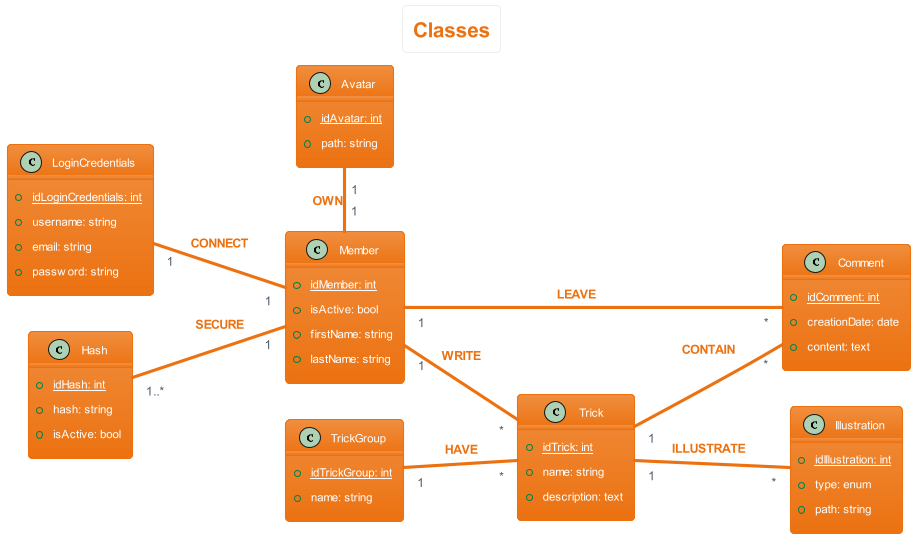
Above: diagrammes/class/classes.png in sebastien-d-me/SnowTricks (PlantUML), before the change.
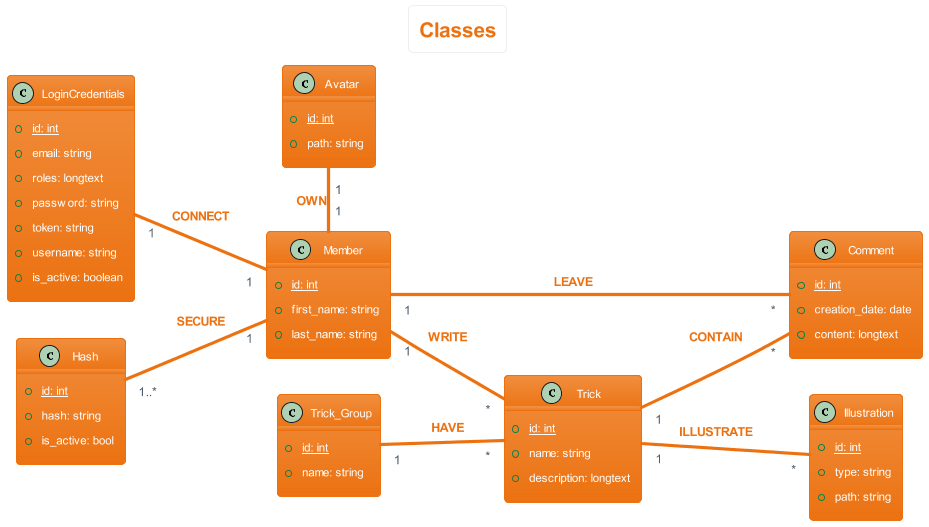
Above is the later version.

The edit, as a diff of the source:
```diff
@@ -8,50 +8,52 @@
 title Classes
 
 class Comment {
-    {static} +idComment: int
-    +creationDate: date
-    +content: text
+    {static} +id: int
+    +creation_date: date
+    +content: longtext
 }
 
-class TrickGroup {
-    {static} +idTrickGroup: int
+class Trick_Group {
+    {static} +id: int
     +name: string
 }
 
 class Member {
-    {static} +idMember: int
-    +isActive: bool
-    +firstName: string
-    +lastName: string
+    {static} +id: int
+    +first_name: string
+    +last_name: string
 }
 
 class LoginCredentials {
-    {static} +idLoginCredentials: int
+    {static} +id: int
+    +email: string
+    +roles: longtext
+    +password: string
+    +token: string
     +username: string
-    +email: string
-    +password: string
+    +is_active: boolean
 }
 
 class Trick {
-    {static} +idTrick: int
+    {static} +id: int
     +name: string
-    +description: text
+    +description: longtext
 }
 
 class Hash {
-    {static} +idHash: int
+    {static} +id: int
     +hash: string
-    +isActive: bool
+    +is_active: bool
 }
 
 class Illustration {
-    {static} +idIllustration: int
-    +type: enum
+    {static} +id: int
+    +type: string
     +path: string
 }
 
 class Avatar {
-    {static} +idAvatar: int
+    {static} +id: int
     +path: string
 }
 
@@ -61,6 +63,6 @@
 Member "1" -- "*" Trick: $warning("WRITE")
 Member "1" -- "*" Comment: $warning("LEAVE")
 Trick "1" -- "*" Comment: $warning("CONTAIN")
-TrickGroup "1" -- "*" Trick: $warning("HAVE")
+Trick_Group "1" -- "*" Trick: $warning("HAVE")
 Trick "1" -- "*" Illustration: $warning("ILLUSTRATE")
 @enduml
```
